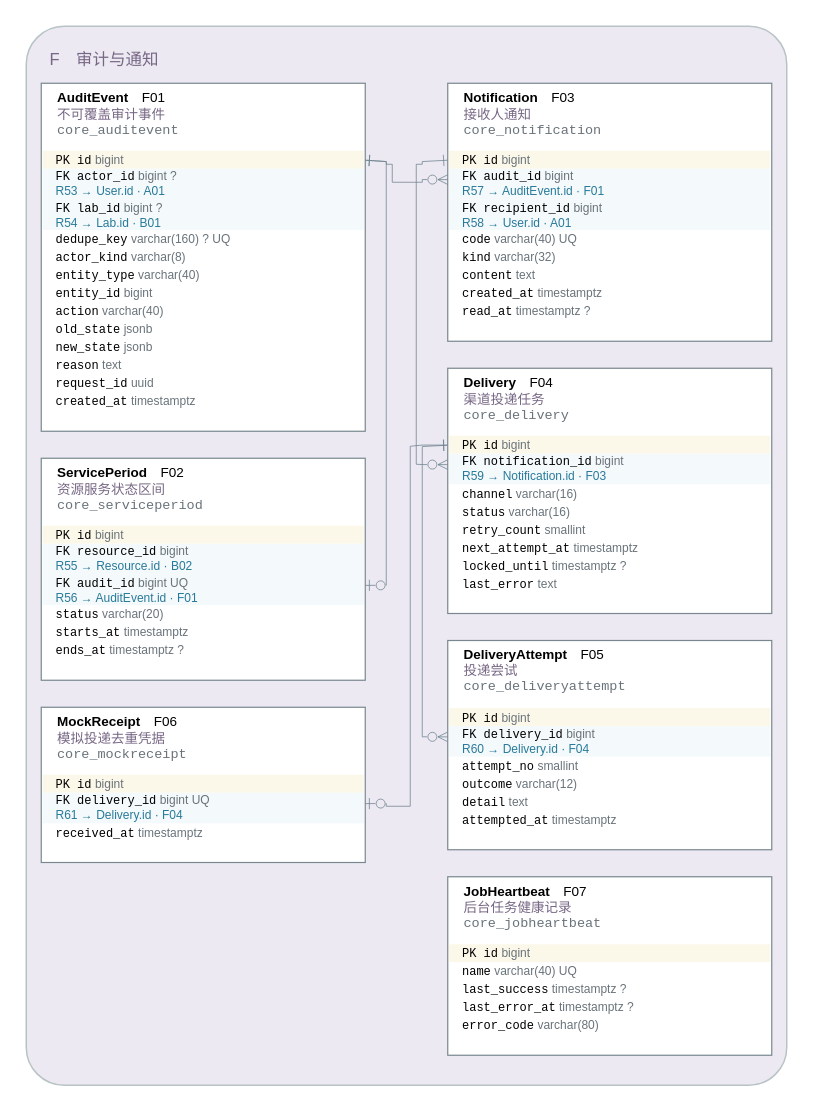
This is models/图形源文件/图D-7-审计与通知ERD.drawio from yvming67-gif/campus-lab-equipment-manager, a draw.io file, before an edit. Source tidied: cells renumbered, new cells numbered last; positions are measured from the earlier drawing's top-left corner, leaving out a move shared by most shapes. Both pictures are drawn from the tidied source at 150%, with x=0, y=0 at pixel (26, 26).
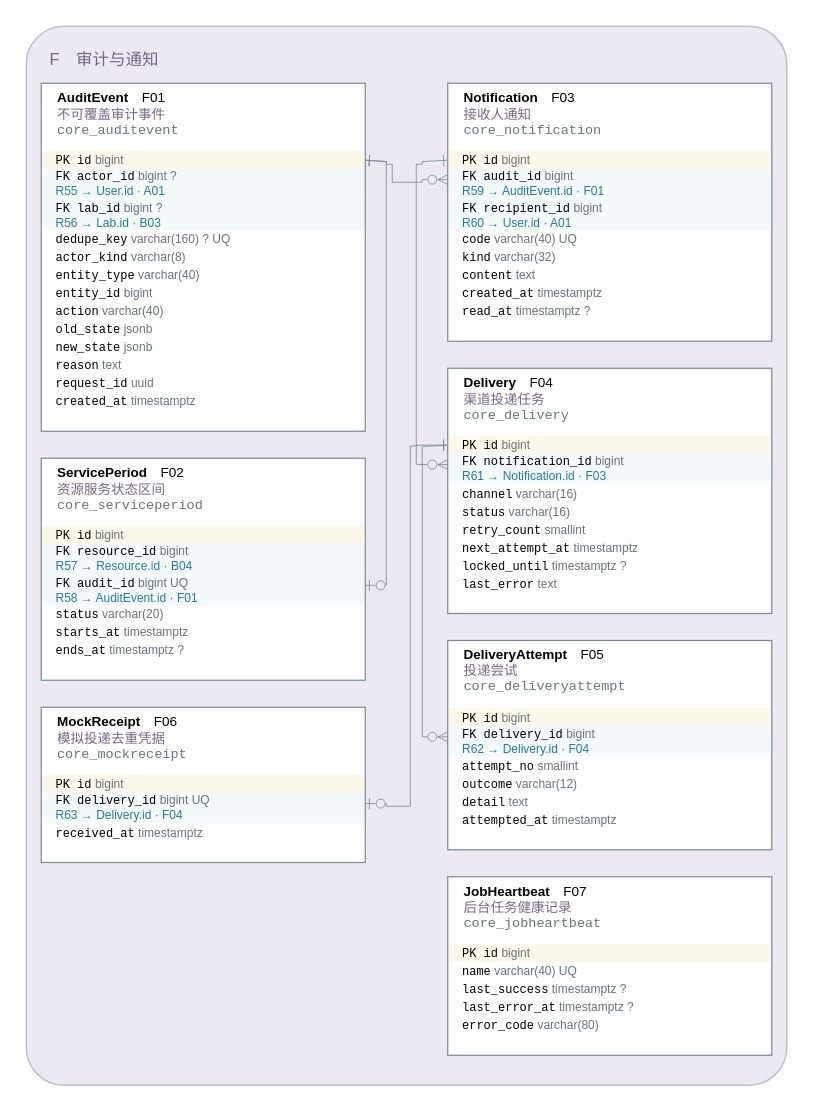
The same diagram, later.

Unchanged cells that the change refers to:
```xml
<mxCell id="6" style="rounded=0;fillColor=#ffffff;strokeColor=#78888e;strokeWidth=0.8;" parent="3" vertex="1">
  <mxGeometry x="10" y="38" width="216" height="232" as="geometry" />
</mxCell>
<mxCell id="8" value="&lt;font face='Consolas'&gt;PK id&lt;/font&gt; &lt;font color='#69737a'&gt;bigint&lt;/font&gt;" style="text;html=1;whiteSpace=wrap;fillColor=#fcf8e9;strokeColor=none;align=left;verticalAlign=middle;spacingLeft=7;fontSize=8;fontFamily=Microsoft YaHei;" parent="6" vertex="1">
  <mxGeometry x="1" y="45" width="214" height="12" as="geometry" />
</mxCell>
<mxCell id="21" style="rounded=0;fillColor=#ffffff;strokeColor=#78888e;strokeWidth=0.8;" parent="3" vertex="1">
  <mxGeometry x="10" y="288" width="216" height="148" as="geometry" />
</mxCell>
<mxCell id="29" style="rounded=0;fillColor=#ffffff;strokeColor=#78888e;strokeWidth=0.8;" parent="3" vertex="1">
  <mxGeometry x="10" y="454" width="216" height="103.5" as="geometry" />
</mxCell>
<mxCell id="34" style="rounded=0;fillColor=#ffffff;strokeColor=#78888e;strokeWidth=0.8;" parent="3" vertex="1">
  <mxGeometry x="281" y="38" width="216" height="172" as="geometry" />
</mxCell>
<mxCell id="36" value="&lt;font face='Consolas'&gt;PK id&lt;/font&gt; &lt;font color='#69737a'&gt;bigint&lt;/font&gt;" style="text;html=1;whiteSpace=wrap;fillColor=#fcf8e9;strokeColor=none;align=left;verticalAlign=middle;spacingLeft=7;fontSize=8;fontFamily=Microsoft YaHei;" parent="34" vertex="1">
  <mxGeometry x="1" y="45" width="214" height="12" as="geometry" />
</mxCell>
<mxCell id="44" style="rounded=0;fillColor=#ffffff;strokeColor=#78888e;strokeWidth=0.8;" parent="3" vertex="1">
  <mxGeometry x="281" y="228" width="216" height="163.5" as="geometry" />
</mxCell>
<mxCell id="46" value="&lt;font face='Consolas'&gt;PK id&lt;/font&gt; &lt;font color='#69737a'&gt;bigint&lt;/font&gt;" style="text;html=1;whiteSpace=wrap;fillColor=#fcf8e9;strokeColor=none;align=left;verticalAlign=middle;spacingLeft=7;fontSize=8;fontFamily=Microsoft YaHei;" parent="44" vertex="1">
  <mxGeometry x="1" y="45" width="214" height="12" as="geometry" />
</mxCell>
<mxCell id="54" style="rounded=0;fillColor=#ffffff;strokeColor=#78888e;strokeWidth=0.8;" parent="3" vertex="1">
  <mxGeometry x="281" y="409.5" width="216" height="139.5" as="geometry" />
</mxCell>
```

Change to the diagram source:
```diff
@@
-    <mxCell id="9" value="&lt;font face='Consolas'&gt;FK actor_id&lt;/font&gt; &lt;font color='#69737a'&gt;bigint ?&lt;/font&gt;&lt;br/&gt;&lt;font color='#287a9a'&gt;R53 → User.id · A01&lt;/font&gt;" style="text;html=1;whiteSpace=wrap;fillColor=#f4f9fb;strokeColor=none;align=left;verticalAlign=middle;spacingLeft=7;fontSize=8;fontFamily=Microsoft YaHei;" parent="6" vertex="1">
+    <mxCell id="9" value="&lt;font face='Consolas'&gt;FK actor_id&lt;/font&gt; &lt;font color='#69737a'&gt;bigint ?&lt;/font&gt;&lt;br/&gt;&lt;font color='#287a9a'&gt;R55 → User.id · A01&lt;/font&gt;" style="text;html=1;whiteSpace=wrap;fillColor=#f4f9fb;strokeColor=none;align=left;verticalAlign=middle;spacingLeft=7;fontSize=8;fontFamily=Microsoft YaHei;" parent="6" vertex="1">
       <mxGeometry x="1" y="57" width="214" height="20.5" as="geometry" />
     </mxCell>
-    <mxCell id="10" value="&lt;font face='Consolas'&gt;FK lab_id&lt;/font&gt; &lt;font color='#69737a'&gt;bigint ?&lt;/font&gt;&lt;br/&gt;&lt;font color='#287a9a'&gt;R54 → Lab.id · B01&lt;/font&gt;" style="text;html=1;whiteSpace=wrap;fillColor=#f4f9fb;strokeColor=none;align=left;verticalAlign=middle;spacingLeft=7;fontSize=8;fontFamily=Microsoft YaHei;" parent="6" vertex="1">
+    <mxCell id="10" value="&lt;font face='Consolas'&gt;FK lab_id&lt;/font&gt; &lt;font color='#69737a'&gt;bigint ?&lt;/font&gt;&lt;br/&gt;&lt;font color='#287a9a'&gt;R56 → Lab.id · B03&lt;/font&gt;" style="text;html=1;whiteSpace=wrap;fillColor=#f4f9fb;strokeColor=none;align=left;verticalAlign=middle;spacingLeft=7;fontSize=8;fontFamily=Microsoft YaHei;" parent="6" vertex="1">
       <mxGeometry x="1" y="77.5" width="214" height="20.5" as="geometry" />
     </mxCell>
@@
-    <mxCell id="24" value="&lt;font face='Consolas'&gt;FK resource_id&lt;/font&gt; &lt;font color='#69737a'&gt;bigint&lt;/font&gt;&lt;br/&gt;&lt;font color='#287a9a'&gt;R55 → Resource.id · B02&lt;/font&gt;" style="text;html=1;whiteSpace=wrap;fillColor=#f4f9fb;strokeColor=none;align=left;verticalAlign=middle;spacingLeft=7;fontSize=8;fontFamily=Microsoft YaHei;" parent="21" vertex="1">
+    <mxCell id="24" value="&lt;font face='Consolas'&gt;FK resource_id&lt;/font&gt; &lt;font color='#69737a'&gt;bigint&lt;/font&gt;&lt;br/&gt;&lt;font color='#287a9a'&gt;R57 → Resource.id · B04&lt;/font&gt;" style="text;html=1;whiteSpace=wrap;fillColor=#f4f9fb;strokeColor=none;align=left;verticalAlign=middle;spacingLeft=7;fontSize=8;fontFamily=Microsoft YaHei;" parent="21" vertex="1">
       <mxGeometry x="1" y="57" width="214" height="20.5" as="geometry" />
     </mxCell>
-    <mxCell id="25" value="&lt;font face='Consolas'&gt;FK audit_id&lt;/font&gt; &lt;font color='#69737a'&gt;bigint UQ&lt;/font&gt;&lt;br/&gt;&lt;font color='#287a9a'&gt;R56 → AuditEvent.id · F01&lt;/font&gt;" style="text;html=1;whiteSpace=wrap;fillColor=#f4f9fb;strokeColor=none;align=left;verticalAlign=middle;spacingLeft=7;fontSize=8;fontFamily=Microsoft YaHei;" parent="21" vertex="1">
+    <mxCell id="25" value="&lt;font face='Consolas'&gt;FK audit_id&lt;/font&gt; &lt;font color='#69737a'&gt;bigint UQ&lt;/font&gt;&lt;br/&gt;&lt;font color='#287a9a'&gt;R58 → AuditEvent.id · F01&lt;/font&gt;" style="text;html=1;whiteSpace=wrap;fillColor=#f4f9fb;strokeColor=none;align=left;verticalAlign=middle;spacingLeft=7;fontSize=8;fontFamily=Microsoft YaHei;" parent="21" vertex="1">
       <mxGeometry x="1" y="77.5" width="214" height="20.5" as="geometry" />
     </mxCell>
@@
-    <mxCell id="32" value="&lt;font face='Consolas'&gt;FK delivery_id&lt;/font&gt; &lt;font color='#69737a'&gt;bigint UQ&lt;/font&gt;&lt;br/&gt;&lt;font color='#287a9a'&gt;R61 → Delivery.id · F04&lt;/font&gt;" style="text;html=1;whiteSpace=wrap;fillColor=#f4f9fb;strokeColor=none;align=left;verticalAlign=middle;spacingLeft=7;fontSize=8;fontFamily=Microsoft YaHei;" parent="29" vertex="1">
+    <mxCell id="32" value="&lt;font face='Consolas'&gt;FK delivery_id&lt;/font&gt; &lt;font color='#69737a'&gt;bigint UQ&lt;/font&gt;&lt;br/&gt;&lt;font color='#287a9a'&gt;R63 → Delivery.id · F04&lt;/font&gt;" style="text;html=1;whiteSpace=wrap;fillColor=#f4f9fb;strokeColor=none;align=left;verticalAlign=middle;spacingLeft=7;fontSize=8;fontFamily=Microsoft YaHei;" parent="29" vertex="1">
       <mxGeometry x="1" y="57" width="214" height="20.5" as="geometry" />
     </mxCell>
@@
-    <mxCell id="37" value="&lt;font face='Consolas'&gt;FK audit_id&lt;/font&gt; &lt;font color='#69737a'&gt;bigint&lt;/font&gt;&lt;br/&gt;&lt;font color='#287a9a'&gt;R57 → AuditEvent.id · F01&lt;/font&gt;" style="text;html=1;whiteSpace=wrap;fillColor=#f4f9fb;strokeColor=none;align=left;verticalAlign=middle;spacingLeft=7;fontSize=8;fontFamily=Microsoft YaHei;" parent="34" vertex="1">
+    <mxCell id="37" value="&lt;font face='Consolas'&gt;FK audit_id&lt;/font&gt; &lt;font color='#69737a'&gt;bigint&lt;/font&gt;&lt;br/&gt;&lt;font color='#287a9a'&gt;R59 → AuditEvent.id · F01&lt;/font&gt;" style="text;html=1;whiteSpace=wrap;fillColor=#f4f9fb;strokeColor=none;align=left;verticalAlign=middle;spacingLeft=7;fontSize=8;fontFamily=Microsoft YaHei;" parent="34" vertex="1">
       <mxGeometry x="1" y="57" width="214" height="20.5" as="geometry" />
     </mxCell>
-    <mxCell id="38" value="&lt;font face='Consolas'&gt;FK recipient_id&lt;/font&gt; &lt;font color='#69737a'&gt;bigint&lt;/font&gt;&lt;br/&gt;&lt;font color='#287a9a'&gt;R58 → User.id · A01&lt;/font&gt;" style="text;html=1;whiteSpace=wrap;fillColor=#f4f9fb;strokeColor=none;align=left;verticalAlign=middle;spacingLeft=7;fontSize=8;fontFamily=Microsoft YaHei;" parent="34" vertex="1">
+    <mxCell id="38" value="&lt;font face='Consolas'&gt;FK recipient_id&lt;/font&gt; &lt;font color='#69737a'&gt;bigint&lt;/font&gt;&lt;br/&gt;&lt;font color='#287a9a'&gt;R60 → User.id · A01&lt;/font&gt;" style="text;html=1;whiteSpace=wrap;fillColor=#f4f9fb;strokeColor=none;align=left;verticalAlign=middle;spacingLeft=7;fontSize=8;fontFamily=Microsoft YaHei;" parent="34" vertex="1">
       <mxGeometry x="1" y="77.5" width="214" height="20.5" as="geometry" />
     </mxCell>
@@
-    <mxCell id="47" value="&lt;font face='Consolas'&gt;FK notification_id&lt;/font&gt; &lt;font color='#69737a'&gt;bigint&lt;/font&gt;&lt;br/&gt;&lt;font color='#287a9a'&gt;R59 → Notification.id · F03&lt;/font&gt;" style="text;html=1;whiteSpace=wrap;fillColor=#f4f9fb;strokeColor=none;align=left;verticalAlign=middle;spacingLeft=7;fontSize=8;fontFamily=Microsoft YaHei;" parent="44" vertex="1">
+    <mxCell id="47" value="&lt;font face='Consolas'&gt;FK notification_id&lt;/font&gt; &lt;font color='#69737a'&gt;bigint&lt;/font&gt;&lt;br/&gt;&lt;font color='#287a9a'&gt;R61 → Notification.id · F03&lt;/font&gt;" style="text;html=1;whiteSpace=wrap;fillColor=#f4f9fb;strokeColor=none;align=left;verticalAlign=middle;spacingLeft=7;fontSize=8;fontFamily=Microsoft YaHei;" parent="44" vertex="1">
       <mxGeometry x="1" y="57" width="214" height="20.5" as="geometry" />
     </mxCell>
@@
-    <mxCell id="57" value="&lt;font face='Consolas'&gt;FK delivery_id&lt;/font&gt; &lt;font color='#69737a'&gt;bigint&lt;/font&gt;&lt;br/&gt;&lt;font color='#287a9a'&gt;R60 → Delivery.id · F04&lt;/font&gt;" style="text;html=1;whiteSpace=wrap;fillColor=#f4f9fb;strokeColor=none;align=left;verticalAlign=middle;spacingLeft=7;fontSize=8;fontFamily=Microsoft YaHei;" parent="54" vertex="1">
+    <mxCell id="57" value="&lt;font face='Consolas'&gt;FK delivery_id&lt;/font&gt; &lt;font color='#69737a'&gt;bigint&lt;/font&gt;&lt;br/&gt;&lt;font color='#287a9a'&gt;R62 → Delivery.id · F04&lt;/font&gt;" style="text;html=1;whiteSpace=wrap;fillColor=#f4f9fb;strokeColor=none;align=left;verticalAlign=middle;spacingLeft=7;fontSize=8;fontFamily=Microsoft YaHei;" parent="54" vertex="1">
       <mxGeometry x="1" y="57" width="214" height="20.5" as="geometry" />
     </mxCell>
@@
+    <mxCell id="73" style="edgeStyle=orthogonalEdgeStyle;rounded=0;html=1;strokeWidth=0.5;strokeColor=#6b818c;startArrow=ERzeroToMany;endArrow=ERone;startFill=0;endFill=0;exitX=0;exitY=0.3531707317073171;exitDx=0;exitDy=0;entryX=0;entryY=0.52;entryDx=0;entryDy=0;dashed=0;" parent="2" edge="1" source="47" target="36">
+      <mxGeometry relative="1" as="geometry">
+        <Array as="points">
+          <mxPoint x="264" y="292.2" />
+          <mxPoint x="264" y="292" />
+          <mxPoint x="260" y="292" />
+          <mxPoint x="260" y="92" />
+          <mxPoint x="264" y="92" />
+          <mxPoint x="264" y="90.2" />
+        </Array>
+      </mxGeometry>
+    </mxCell>
+    <mxCell id="71" style="edgeStyle=orthogonalEdgeStyle;rounded=0;html=1;strokeWidth=0.5;strokeColor=#6b818c;startArrow=ERzeroToOne;endArrow=ERone;startFill=0;endFill=0;exitX=1;exitY=0.3531707317073171;exitDx=0;exitDy=0;entryX=1;entryY=0.52;entryDx=0;entryDy=0;dashed=0;" parent="2" edge="1" source="25" target="8">
+      <mxGeometry relative="1" as="geometry">
+        <Array as="points">
+          <mxPoint x="240" y="372.7" />
+          <mxPoint x="240" y="90.2" />
+        </Array>
+      </mxGeometry>
+    </mxCell>
-    <mxCell id="70" style="edgeStyle=orthogonalEdgeStyle;rounded=0;html=1;strokeWidth=0.5;strokeColor=#6b818c;startArrow=ERzeroToMany;endArrow=ERone;startFill=0;endFill=0;exitX=0;exitY=0.3531707317073171;exitDx=0;exitDy=0;entryX=0;entryY=0.52;entryDx=0;entryDy=0;dashed=0;" parent="2" edge="1" source="47" target="36">
+    <mxCell id="70" style="edgeStyle=orthogonalEdgeStyle;rounded=0;html=1;strokeWidth=0.5;strokeColor=#6b818c;startArrow=ERzeroToMany;endArrow=ERone;startFill=0;endFill=0;exitX=0;exitY=0.3531707317073171;exitDx=0;exitDy=0;entryX=1;entryY=0.52;entryDx=0;entryDy=0;dashed=0;" parent="2" edge="1" source="37" target="8">
       <mxGeometry relative="1" as="geometry">
         <Array as="points">
-          <mxPoint x="264" y="292.2" />
-          <mxPoint x="264" y="292" />
-          <mxPoint x="260" y="292" />
-          <mxPoint x="260" y="92" />
-          <mxPoint x="264" y="92" />
-          <mxPoint x="264" y="90.2" />
+          <mxPoint x="264" y="102.2" />
+          <mxPoint x="264" y="104" />
+          <mxPoint x="244" y="104" />
+          <mxPoint x="244" y="92" />
+          <mxPoint x="240" y="92" />
+          <mxPoint x="240" y="90.2" />
         </Array>
       </mxGeometry>
     </mxCell>
-    <mxCell id="71" style="edgeStyle=orthogonalEdgeStyle;rounded=0;html=1;strokeWidth=0.5;strokeColor=#6b818c;startArrow=ERzeroToOne;endArrow=ERone;startFill=0;endFill=0;exitX=1;exitY=0.3531707317073171;exitDx=0;exitDy=0;entryX=1;entryY=0.52;entryDx=0;entryDy=0;dashed=0;" parent="2" edge="1" source="25" target="8">
-      <mxGeometry relative="1" as="geometry">
-        <Array as="points">
-          <mxPoint x="240" y="372.7" />
-          <mxPoint x="240" y="90.2" />
-        </Array>
-      </mxGeometry>
-    </mxCell>
-    <mxCell id="72" style="edgeStyle=orthogonalEdgeStyle;rounded=0;html=1;strokeWidth=0.5;strokeColor=#6b818c;startArrow=ERzeroToMany;endArrow=ERone;startFill=0;endFill=0;exitX=0;exitY=0.3531707317073171;exitDx=0;exitDy=0;entryX=1;entryY=0.52;entryDx=0;entryDy=0;dashed=0;" parent="2" edge="1" source="37" target="8">
-      <mxGeometry relative="1" as="geometry">
-        <Array as="points">
-          <mxPoint x="264" y="102.2" />
-          <mxPoint x="264" y="104" />
-          <mxPoint x="244" y="104" />
-          <mxPoint x="244" y="92" />
-          <mxPoint x="240" y="92" />
-          <mxPoint x="240" y="90.2" />
-        </Array>
-      </mxGeometry>
-    </mxCell>
-    <mxCell id="73" style="edgeStyle=orthogonalEdgeStyle;rounded=0;html=1;strokeWidth=0.5;strokeColor=#6b818c;startArrow=ERzeroToOne;endArrow=ERone;startFill=0;endFill=0;exitX=1;exitY=0.3531707317073171;exitDx=0;exitDy=0;entryX=0;entryY=0.52;entryDx=0;entryDy=0;dashed=0;" parent="2" edge="1" source="32" target="46">
-      <mxGeometry relative="1" as="geometry">
-        <Array as="points">
-          <mxPoint x="240" y="518.2" />
-          <mxPoint x="240" y="520" />
-          <mxPoint x="256" y="520" />
-          <mxPoint x="256" y="280" />
-          <mxPoint x="264" y="280" />
-          <mxPoint x="264" y="280.2" />
-        </Array>
-      </mxGeometry>
-    </mxCell>
+    <mxCell id="74" style="edgeStyle=orthogonalEdgeStyle;rounded=0;html=1;strokeWidth=0.5;strokeColor=#6b818c;startArrow=ERzeroToOne;endArrow=ERone;startFill=0;endFill=0;exitX=1;exitY=0.3531707317073171;exitDx=0;exitDy=0;entryX=0;entryY=0.52;entryDx=0;entryDy=0;dashed=0;" parent="2" edge="1" source="32" target="46">
+      <mxGeometry relative="1" as="geometry">
+        <Array as="points">
+          <mxPoint x="240" y="518.2" />
+          <mxPoint x="240" y="520" />
+          <mxPoint x="256" y="520" />
+          <mxPoint x="256" y="280" />
+          <mxPoint x="264" y="280" />
+          <mxPoint x="264" y="280.2" />
+        </Array>
+      </mxGeometry>
+    </mxCell>
```
